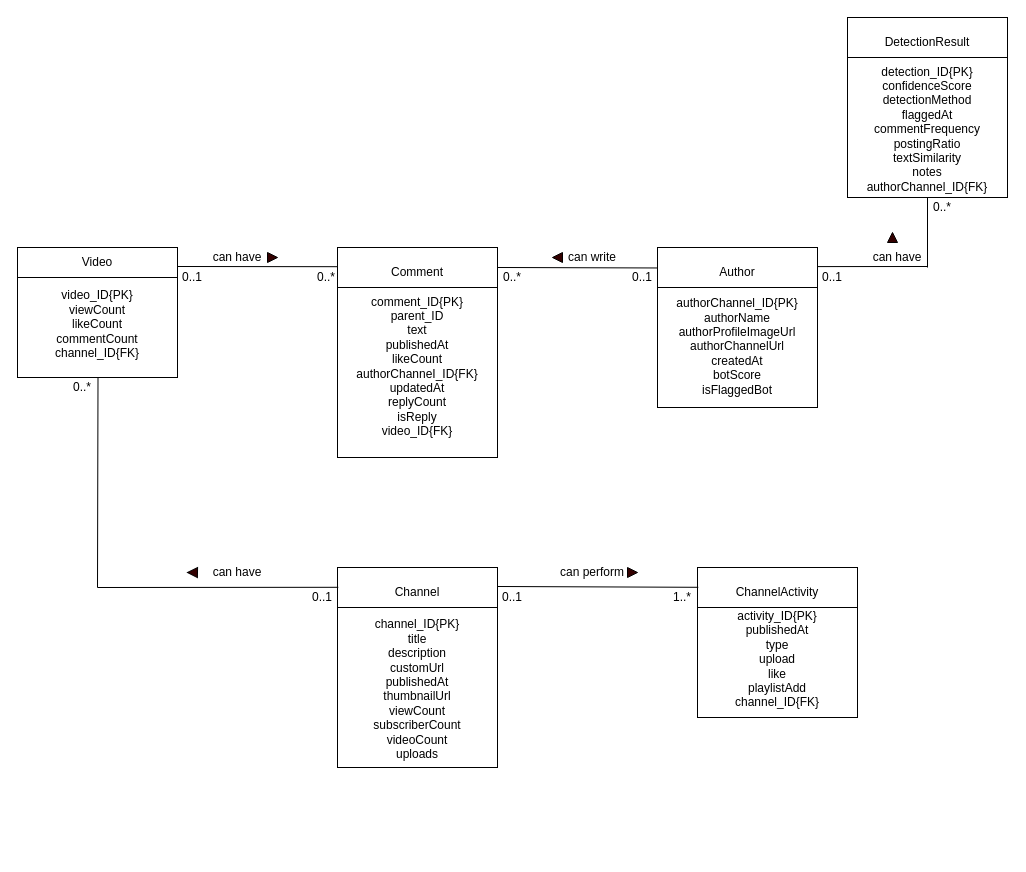
Above: docs/Youtube-Bot-Detector-ERD.drawio in JM3141/youtube-bot-detector (draw.io), before the change. Source tidied: cells renumbered, new cells numbered last; positions are measured from the earlier drawing's top-left corner, leaving out a move shared by most shapes. Both pictures are drawn from the tidied source at 100%, with x=0, y=0 at pixel (17, 17).
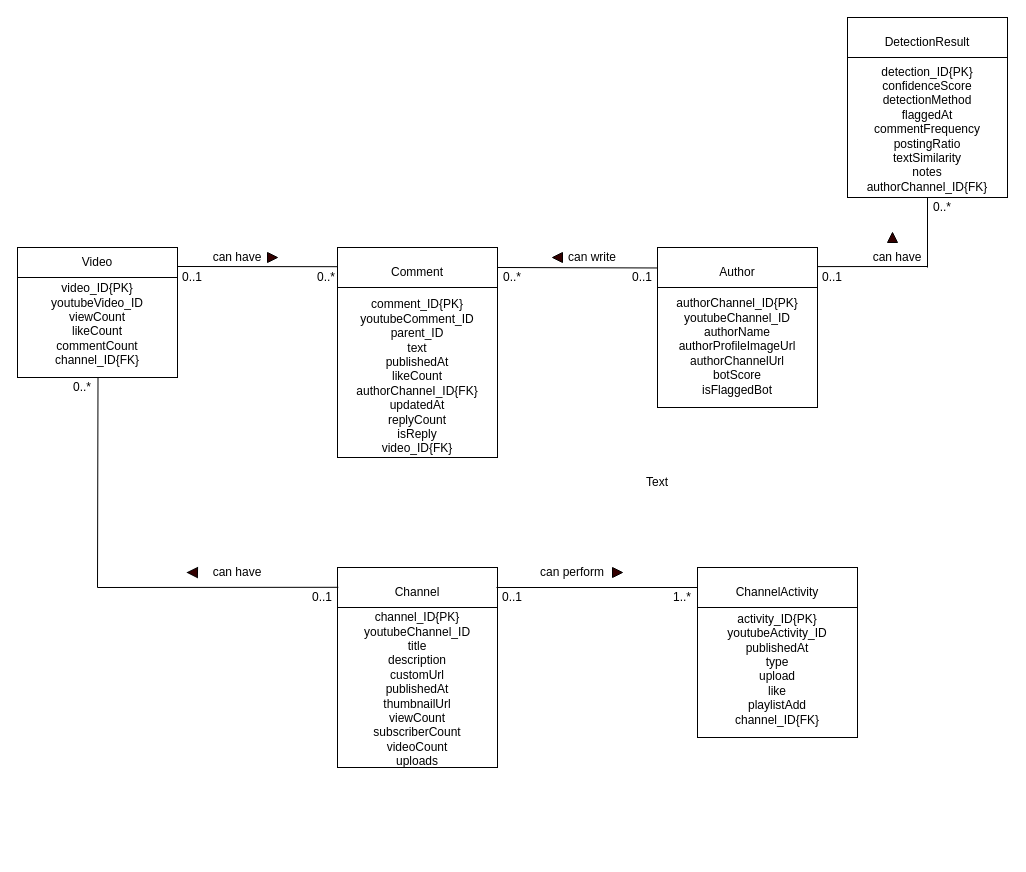
After the change.

Commit message:
Add new attributes to entities in ERD

Change to the diagram source:
```diff
@@
-    <mxCell id="5" value="comment_ID{PK}&lt;div&gt;parent_ID&lt;br&gt;&lt;div&gt;&lt;span style=&quot;background-color: transparent; color: light-dark(rgb(0, 0, 0), rgb(255, 255, 255));&quot;&gt;text&lt;/span&gt;&lt;/div&gt;&lt;div&gt;publishedAt&lt;/div&gt;&lt;div&gt;likeCount&lt;/div&gt;&lt;div&gt;authorChanneI_ID{FK}&lt;/div&gt;&lt;div&gt;updatedAt&lt;/div&gt;&lt;div&gt;replyCount&lt;/div&gt;&lt;div&gt;isReply&lt;/div&gt;&lt;div&gt;video_ID{FK}&lt;/div&gt;&lt;div&gt;&lt;br&gt;&lt;/div&gt;&lt;div&gt;&lt;br&gt;&lt;/div&gt;&lt;div&gt;&lt;br&gt;&lt;/div&gt;&lt;div&gt;&lt;div&gt;&lt;br&gt;&lt;div&gt;&lt;br&gt;&lt;/div&gt;&lt;/div&gt;&lt;/div&gt;&lt;/div&gt;" style="text;html=1;whiteSpace=wrap;strokeColor=none;fillColor=none;align=center;verticalAlign=middle;rounded=0;" parent="1" vertex="1">
-      <mxGeometry x="370" y="370" width="60" height="30" as="geometry" />
+    <mxCell id="5" value="comment_ID{PK}&lt;div&gt;youtubeComment_ID&lt;br&gt;&lt;div&gt;parent_ID&lt;br&gt;&lt;div&gt;&lt;span style=&quot;background-color: transparent; color: light-dark(rgb(0, 0, 0), rgb(255, 255, 255));&quot;&gt;text&lt;/span&gt;&lt;/div&gt;&lt;div&gt;publishedAt&lt;/div&gt;&lt;div&gt;likeCount&lt;/div&gt;&lt;div&gt;authorChanneI_ID{FK}&lt;/div&gt;&lt;div&gt;updatedAt&lt;/div&gt;&lt;div&gt;replyCount&lt;/div&gt;&lt;div&gt;isReply&lt;/div&gt;&lt;div&gt;video_ID{FK}&lt;/div&gt;&lt;div&gt;&lt;br&gt;&lt;/div&gt;&lt;div&gt;&lt;br&gt;&lt;/div&gt;&lt;div&gt;&lt;br&gt;&lt;/div&gt;&lt;div&gt;&lt;div&gt;&lt;br&gt;&lt;div&gt;&lt;br&gt;&lt;/div&gt;&lt;/div&gt;&lt;/div&gt;&lt;/div&gt;&lt;/div&gt;" style="text;html=1;whiteSpace=wrap;strokeColor=none;fillColor=none;align=center;verticalAlign=middle;rounded=0;" parent="1" vertex="1">
+      <mxGeometry x="370" y="380" width="60" height="30" as="geometry" />
     </mxCell>
@@
-    <mxCell id="9" value="video_ID{PK}&lt;div&gt;viewCount&lt;br&gt;&lt;div&gt;likeCount&lt;/div&gt;&lt;div&gt;commentCount&lt;/div&gt;&lt;div&gt;channel_ID{FK}&lt;/div&gt;&lt;div&gt;&lt;br&gt;&lt;/div&gt;&lt;div&gt;&lt;br&gt;&lt;/div&gt;&lt;div&gt;&lt;br&gt;&lt;/div&gt;&lt;div&gt;&lt;br&gt;&lt;/div&gt;&lt;div&gt;&lt;div&gt;&lt;br&gt;&lt;div&gt;&lt;br&gt;&lt;/div&gt;&lt;/div&gt;&lt;/div&gt;&lt;/div&gt;" style="text;html=1;whiteSpace=wrap;strokeColor=none;fillColor=none;align=center;verticalAlign=middle;rounded=0;" parent="1" vertex="1">
+    <mxCell id="9" value="video_ID{PK}&lt;div&gt;youtubeVideo_ID&lt;br&gt;&lt;div&gt;viewCount&lt;br&gt;&lt;div&gt;likeCount&lt;/div&gt;&lt;div&gt;commentCount&lt;/div&gt;&lt;div&gt;channel_ID{FK}&lt;/div&gt;&lt;div&gt;&lt;br&gt;&lt;/div&gt;&lt;div&gt;&lt;br&gt;&lt;/div&gt;&lt;div&gt;&lt;br&gt;&lt;/div&gt;&lt;div&gt;&lt;br&gt;&lt;/div&gt;&lt;div&gt;&lt;div&gt;&lt;br&gt;&lt;div&gt;&lt;br&gt;&lt;/div&gt;&lt;/div&gt;&lt;/div&gt;&lt;/div&gt;&lt;/div&gt;" style="text;html=1;whiteSpace=wrap;strokeColor=none;fillColor=none;align=center;verticalAlign=middle;rounded=0;" parent="1" vertex="1">
       <mxGeometry x="50" y="335" width="60" height="30" as="geometry" />
     </mxCell>
@@
-    <mxCell id="13" value="channel_ID{PK}&lt;div&gt;title&lt;br&gt;&lt;div&gt;description&lt;/div&gt;&lt;div&gt;customUrl&lt;/div&gt;&lt;div&gt;publishedAt&lt;/div&gt;&lt;div&gt;thumbnailUrl&lt;/div&gt;&lt;div&gt;viewCount&lt;/div&gt;&lt;div&gt;subscriberCount&lt;/div&gt;&lt;div&gt;videoCount&lt;/div&gt;&lt;div&gt;uploads&lt;/div&gt;&lt;div&gt;&lt;br&gt;&lt;/div&gt;&lt;div&gt;&lt;br&gt;&lt;/div&gt;&lt;div&gt;&lt;br&gt;&lt;/div&gt;&lt;div&gt;&lt;br&gt;&lt;/div&gt;&lt;div&gt;&lt;div&gt;&lt;br&gt;&lt;div&gt;&lt;br&gt;&lt;/div&gt;&lt;/div&gt;&lt;/div&gt;&lt;/div&gt;" style="text;html=1;whiteSpace=wrap;strokeColor=none;fillColor=none;align=center;verticalAlign=middle;rounded=0;" parent="1" vertex="1">
+    <mxCell id="13" value="channel_ID{PK}&lt;div&gt;youtubeChannel_ID&lt;br&gt;&lt;div&gt;title&lt;br&gt;&lt;div&gt;description&lt;/div&gt;&lt;div&gt;customUrl&lt;/div&gt;&lt;div&gt;publishedAt&lt;/div&gt;&lt;div&gt;thumbnailUrl&lt;/div&gt;&lt;div&gt;viewCount&lt;/div&gt;&lt;div&gt;subscriberCount&lt;/div&gt;&lt;div&gt;videoCount&lt;/div&gt;&lt;div&gt;uploads&lt;/div&gt;&lt;div&gt;&lt;br&gt;&lt;/div&gt;&lt;div&gt;&lt;br&gt;&lt;/div&gt;&lt;div&gt;&lt;br&gt;&lt;/div&gt;&lt;div&gt;&lt;br&gt;&lt;/div&gt;&lt;div&gt;&lt;div&gt;&lt;br&gt;&lt;div&gt;&lt;br&gt;&lt;/div&gt;&lt;/div&gt;&lt;/div&gt;&lt;/div&gt;&lt;/div&gt;" style="text;html=1;whiteSpace=wrap;strokeColor=none;fillColor=none;align=center;verticalAlign=middle;rounded=0;" parent="1" vertex="1">
       <mxGeometry x="370" y="700" width="60" height="30" as="geometry" />
     </mxCell>
     <mxCell id="14" style="rounded=0;whiteSpace=wrap;html=1;fillColor=none;" parent="1" vertex="1">
-      <mxGeometry x="680" y="550" width="160" height="150" as="geometry" />
+      <mxGeometry x="680" y="550" width="160" height="170" as="geometry" />
     </mxCell>
@@
-    <mxCell id="17" value="activity_ID{PK}&lt;div&gt;publishedAt&lt;br&gt;&lt;div&gt;type&lt;/div&gt;&lt;div&gt;upload&lt;/div&gt;&lt;div&gt;like&lt;/div&gt;&lt;div&gt;playlistAdd&lt;/div&gt;&lt;div&gt;channel_ID{FK}&lt;/div&gt;&lt;div&gt;&lt;br&gt;&lt;/div&gt;&lt;div&gt;&lt;br&gt;&lt;/div&gt;&lt;div&gt;&lt;br&gt;&lt;/div&gt;&lt;div&gt;&lt;br&gt;&lt;/div&gt;&lt;div&gt;&lt;div&gt;&lt;br&gt;&lt;div&gt;&lt;br&gt;&lt;/div&gt;&lt;/div&gt;&lt;/div&gt;&lt;/div&gt;" style="text;html=1;whiteSpace=wrap;strokeColor=none;fillColor=none;align=center;verticalAlign=middle;rounded=0;" parent="1" vertex="1">
-      <mxGeometry x="730" y="670" width="60" height="30" as="geometry" />
+    <mxCell id="17" value="activity_ID{PK}&lt;div&gt;youtubeActivity_ID&lt;br&gt;&lt;div&gt;publishedAt&lt;br&gt;&lt;div&gt;type&lt;/div&gt;&lt;div&gt;upload&lt;/div&gt;&lt;div&gt;like&lt;/div&gt;&lt;div&gt;playlistAdd&lt;/div&gt;&lt;div&gt;channel_ID{FK}&lt;/div&gt;&lt;div&gt;&lt;br&gt;&lt;/div&gt;&lt;div&gt;&lt;br&gt;&lt;/div&gt;&lt;div&gt;&lt;br&gt;&lt;/div&gt;&lt;div&gt;&lt;br&gt;&lt;/div&gt;&lt;div&gt;&lt;div&gt;&lt;br&gt;&lt;div&gt;&lt;br&gt;&lt;/div&gt;&lt;/div&gt;&lt;/div&gt;&lt;/div&gt;&lt;/div&gt;" style="text;html=1;whiteSpace=wrap;strokeColor=none;fillColor=none;align=center;verticalAlign=middle;rounded=0;" parent="1" vertex="1">
+      <mxGeometry x="730" y="680" width="60" height="30" as="geometry" />
     </mxCell>
@@
-    <mxCell id="21" value="authorChannel_ID{PK}&lt;div&gt;authorName&lt;br&gt;&lt;div&gt;authorProfileImageUrl&lt;/div&gt;&lt;div&gt;authorChannelUrl&lt;/div&gt;&lt;div&gt;createdAt&lt;/div&gt;&lt;div&gt;botScore&lt;/div&gt;&lt;div&gt;isFlaggedBot&lt;/div&gt;&lt;div&gt;&lt;br&gt;&lt;/div&gt;&lt;div&gt;&lt;br&gt;&lt;/div&gt;&lt;div&gt;&lt;br&gt;&lt;/div&gt;&lt;div&gt;&lt;div&gt;&lt;br&gt;&lt;div&gt;&lt;br&gt;&lt;/div&gt;&lt;/div&gt;&lt;/div&gt;&lt;/div&gt;" style="text;html=1;whiteSpace=wrap;strokeColor=none;fillColor=none;align=center;verticalAlign=middle;rounded=0;" parent="1" vertex="1">
+    <mxCell id="21" value="authorChannel_ID{PK}&lt;div&gt;youtubeChannel_ID&lt;br&gt;&lt;div&gt;authorName&lt;br&gt;&lt;div&gt;authorProfileImageUrl&lt;/div&gt;&lt;div&gt;authorChannelUrl&lt;/div&gt;&lt;div&gt;botScore&lt;/div&gt;&lt;div&gt;isFlaggedBot&lt;/div&gt;&lt;div&gt;&lt;br&gt;&lt;/div&gt;&lt;div&gt;&lt;br&gt;&lt;/div&gt;&lt;div&gt;&lt;br&gt;&lt;/div&gt;&lt;div&gt;&lt;div&gt;&lt;br&gt;&lt;div&gt;&lt;br&gt;&lt;/div&gt;&lt;/div&gt;&lt;/div&gt;&lt;/div&gt;&lt;/div&gt;" style="text;html=1;whiteSpace=wrap;strokeColor=none;fillColor=none;align=center;verticalAlign=middle;rounded=0;" parent="1" vertex="1">
       <mxGeometry x="690" y="350" width="60" height="30" as="geometry" />
     </mxCell>
@@
-    <mxCell id="39" style="endArrow=none;html=1;rounded=0;exitX=0.005;exitY=0.132;exitDx=0;exitDy=0;exitPerimeter=0;" parent="1" edge="1" source="14">
+    <mxCell id="39" style="endArrow=none;html=1;rounded=0;" parent="1" edge="1">
       <mxGeometry relative="1" as="geometry">
-        <mxPoint x="480" y="569" as="targetPoint" />
+        <mxPoint x="680" y="570" as="sourcePoint" />
+        <mxPoint x="479" y="570" as="targetPoint" />
       </mxGeometry>
     </mxCell>
@@
     <mxCell id="42" value="can perform" style="text;html=1;whiteSpace=wrap;strokeColor=none;fillColor=none;align=center;verticalAlign=middle;rounded=0;" parent="1" vertex="1">
-      <mxGeometry x="540" y="540" width="70" height="30" as="geometry" />
+      <mxGeometry x="520" y="540" width="70" height="30" as="geometry" />
     </mxCell>
     <mxCell id="43" style="triangle;whiteSpace=wrap;html=1;fillColor=#330000;" parent="1" vertex="1">
-      <mxGeometry x="610" y="550" width="10" height="10" as="geometry" />
+      <mxGeometry x="595" y="550" width="10" height="10" as="geometry" />
     </mxCell>
@@
+    <mxCell id="53" value="Text" style="text;html=1;whiteSpace=wrap;strokeColor=none;fillColor=none;align=center;verticalAlign=middle;rounded=0;" parent="1" vertex="1">
+      <mxGeometry x="610" y="450" width="60" height="30" as="geometry" />
+    </mxCell>
```
